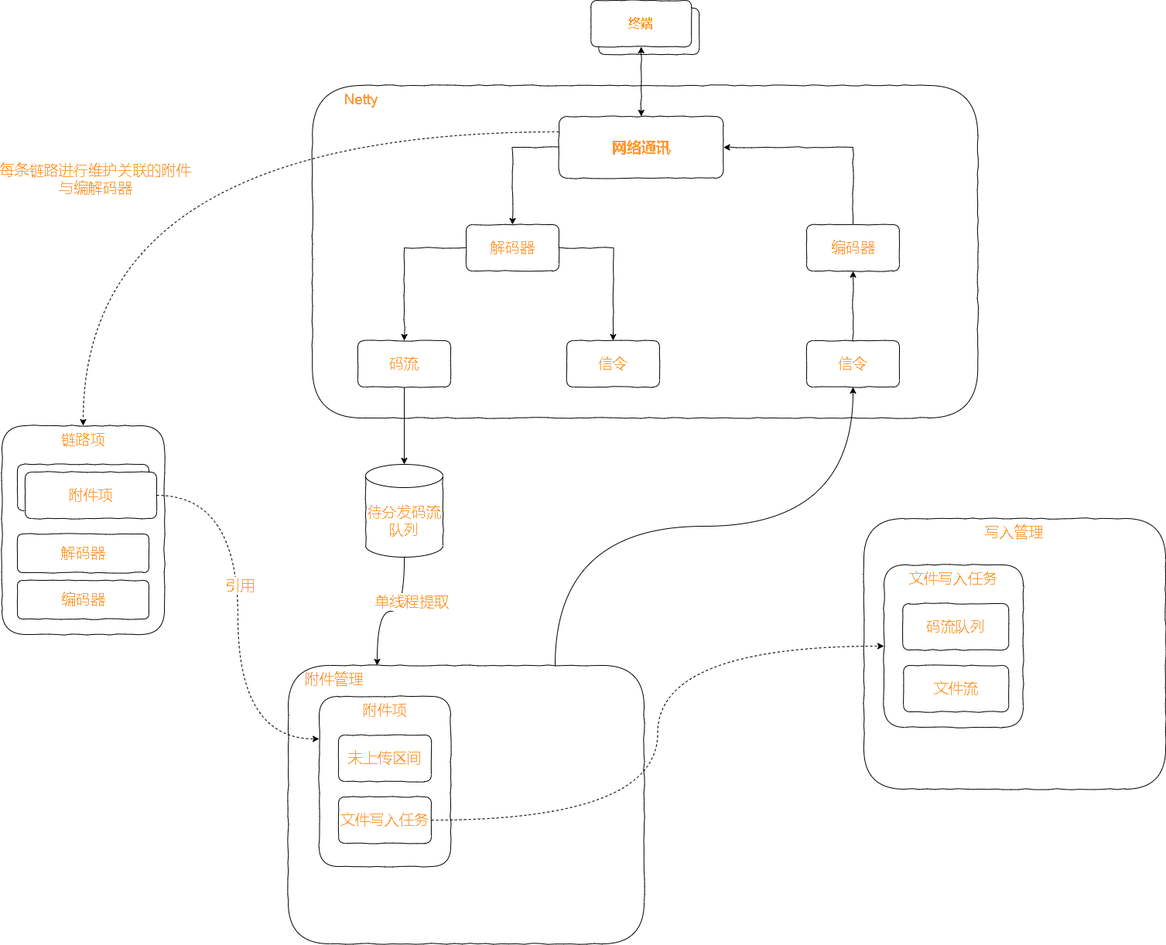
This is test.drawio.png from xktder/draw, a draw.io export, as it was before one commit. Source tidied: cells renumbered, new cells last; positions are measured from the earlier drawing's top-left corner, leaving out a move shared by most shapes.
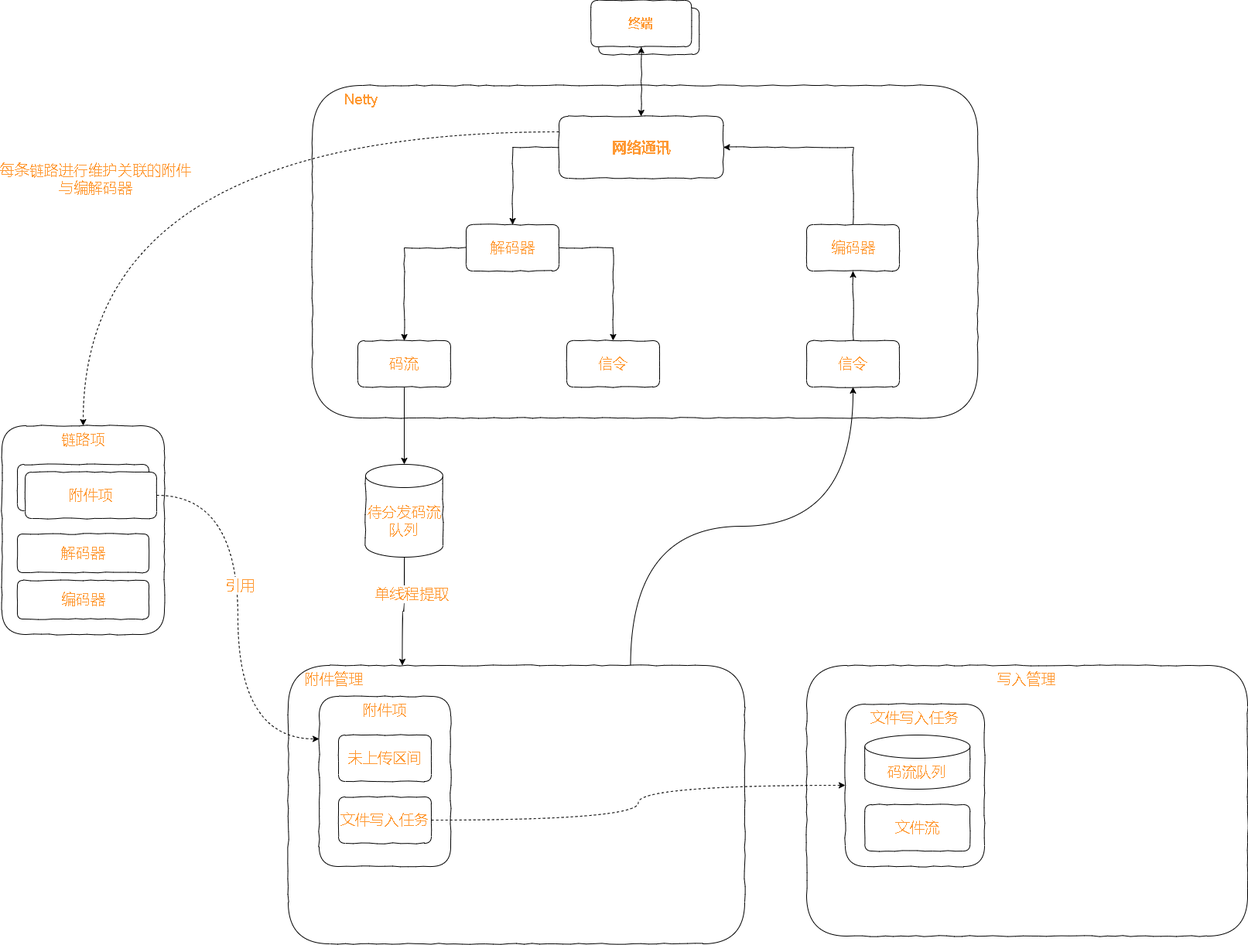
Later version of the same file.

The edit, as a diff of the source:
```diff
@@ -6,13 +6,13 @@
       <mxGeometry x="401.2" y="110" width="860" height="430" as="geometry" />
     </mxCell>
     <mxCell id="3" value="写入管理" style="rounded=1;whiteSpace=wrap;html=1;comic=1;fontSize=19;fontColor=#FF9933;strokeColor=default;gradientColor=none;verticalAlign=top;" parent="1" vertex="1">
-      <mxGeometry x="1114" y="670" width="390" height="350" as="geometry" />
+      <mxGeometry x="1040" y="860" width="570" height="350" as="geometry" />
     </mxCell>
     <mxCell id="4" style="edgeStyle=orthogonalEdgeStyle;curved=1;rounded=0;comic=0;jettySize=auto;html=1;exitX=0.75;exitY=0;exitDx=0;exitDy=0;entryX=0.5;entryY=1;entryDx=0;entryDy=0;fontSize=19;fontColor=#FF9933;startArrow=none;startFill=0;endArrow=classic;endFill=1;" parent="1" edge="1" source="5" target="23">
       <mxGeometry relative="1" as="geometry" />
     </mxCell>
     <mxCell id="5" value="&amp;nbsp; &amp;nbsp; 附件管理" style="rounded=1;whiteSpace=wrap;html=1;comic=1;fontSize=19;fontColor=#FF9933;strokeColor=default;gradientColor=none;verticalAlign=top;align=left;" parent="1" vertex="1">
-      <mxGeometry x="370" y="860" width="460" height="360" as="geometry" />
+      <mxGeometry x="370" y="860" width="590" height="360" as="geometry" />
     </mxCell>
     <mxCell id="6" style="group;" parent="1" vertex="1">
       <mxGeometry x="761.2" width="140" height="70" as="geometry" />
@@ -119,17 +119,17 @@
       <mxGeometry x="-0.16" y="2" relative="1" as="geometry" />
     </mxCell>
     <mxCell id="40" style="group;" parent="1" vertex="1">
-      <mxGeometry x="1140" y="730" width="180" height="210" as="geometry" />
+      <mxGeometry x="1090" y="910" width="180" height="210" as="geometry" />
     </mxCell>
     <mxCell id="41" value="文件写入任务" style="rounded=1;whiteSpace=wrap;html=1;comic=1;fontSize=19;fontColor=#FF9933;strokeColor=default;gradientColor=none;verticalAlign=top;" parent="40" vertex="1">
       <mxGeometry width="180" height="210" as="geometry" />
     </mxCell>
+    <mxCell id="43" value="文件流" style="rounded=1;whiteSpace=wrap;html=1;comic=1;fontSize=19;fontColor=#FF9933;strokeColor=default;gradientColor=none;" parent="40" vertex="1">
+      <mxGeometry x="25.2" y="130" width="136" height="60" as="geometry" />
+    </mxCell>
-    <mxCell id="42" value="码流队列" style="rounded=1;whiteSpace=wrap;html=1;comic=1;fontSize=19;fontColor=#FF9933;strokeColor=default;gradientColor=none;" parent="40" vertex="1">
-      <mxGeometry x="24.2" y="50" width="137" height="60" as="geometry" />
+    <mxCell id="42" value="码流队列" style="shape=cylinder3;whiteSpace=wrap;html=1;boundedLbl=1;backgroundOutline=1;size=15;comic=1;fontSize=19;fontColor=#FF9933;strokeColor=default;gradientColor=none;" parent="40" vertex="1">
+      <mxGeometry x="25.2" y="40" width="136" height="70" as="geometry" />
     </mxCell>
-    <mxCell id="43" value="文件流" style="rounded=1;whiteSpace=wrap;html=1;comic=1;fontSize=19;fontColor=#FF9933;strokeColor=default;gradientColor=none;" parent="40" vertex="1">
-      <mxGeometry x="25.2" y="130" width="136" height="60" as="geometry" />
-    </mxCell>
     <mxCell id="44" style="edgeStyle=orthogonalEdgeStyle;curved=1;rounded=0;comic=0;jettySize=auto;html=1;exitX=1;exitY=0.5;exitDx=0;exitDy=0;entryX=0;entryY=0.5;entryDx=0;entryDy=0;dashed=1;fontSize=19;fontColor=#FF9933;startArrow=none;startFill=0;endArrow=classic;endFill=1;" parent="1" edge="1" source="30" target="41">
       <mxGeometry relative="1" as="geometry" />
     </mxCell>
```
